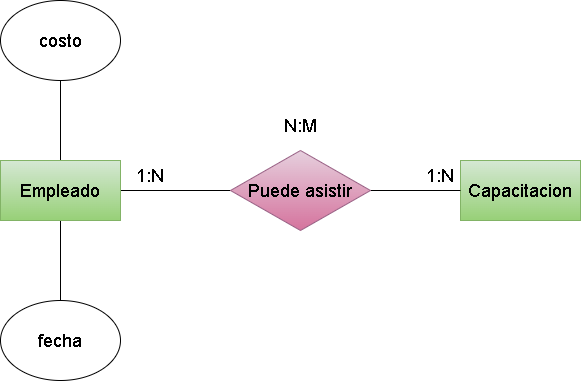
Before: (Unidad-2) (Tarea-3)/img/Ejercicio10.drawio.png, a diagram exported from draw.io (Darkoscurito/Base-de-datos). Source tidied: cells renumbered, new cells last; positions are measured from the earlier drawing's top-left corner, leaving out a move shared by most shapes. Its diagram source:
```xml
<mxGraphModel>
  <root>
    <mxCell id="0" />
    <mxCell id="1" parent="0" />
    <mxCell id="2" style="edgeStyle=none;html=1;entryX=0;entryY=0.5;entryDx=0;entryDy=0;endArrow=none;endFill=0;" parent="1" edge="1" source="5" target="8">
      <mxGeometry relative="1" as="geometry" />
    </mxCell>
    <mxCell id="3" style="edgeStyle=none;html=1;fontSize=18;endArrow=none;endFill=0;" parent="1" edge="1" source="5" target="12">
      <mxGeometry relative="1" as="geometry" />
    </mxCell>
    <mxCell id="4" style="edgeStyle=none;html=1;entryX=0.5;entryY=0;entryDx=0;entryDy=0;fontSize=18;endArrow=none;endFill=0;" parent="1" edge="1" source="5" target="13">
      <mxGeometry relative="1" as="geometry" />
    </mxCell>
    <mxCell id="5" value="&lt;font style=&quot;font-size: 18px;&quot;&gt;Empleado&lt;/font&gt;" style="rounded=0;whiteSpace=wrap;html=1;fillColor=#d5e8d4;gradientColor=#97d077;strokeColor=#82b366;" parent="1" vertex="1">
      <mxGeometry y="160" width="120" height="60" as="geometry" />
    </mxCell>
    <mxCell id="6" value="&lt;font style=&quot;font-size: 18px;&quot;&gt;Capacitacion&lt;/font&gt;" style="rounded=0;whiteSpace=wrap;html=1;fillColor=#d5e8d4;gradientColor=#97d077;strokeColor=#82b366;" parent="1" vertex="1">
      <mxGeometry x="460" y="160" width="120" height="60" as="geometry" />
    </mxCell>
    <mxCell id="7" style="edgeStyle=none;html=1;endArrow=none;endFill=0;" parent="1" edge="1" source="8" target="6">
      <mxGeometry relative="1" as="geometry" />
    </mxCell>
    <mxCell id="8" value="&lt;span style=&quot;font-size: 18px;&quot;&gt;Puede asistir&lt;/span&gt;" style="rhombus;whiteSpace=wrap;html=1;fillColor=#e6d0de;gradientColor=#d5739d;strokeColor=#996185;" parent="1" vertex="1">
      <mxGeometry x="230" y="150" width="140" height="80" as="geometry" />
    </mxCell>
    <mxCell id="9" value="1:N" style="text;html=1;strokeColor=none;fillColor=none;align=center;verticalAlign=middle;whiteSpace=wrap;rounded=0;fontSize=18;" parent="1" vertex="1">
      <mxGeometry x="120" y="160" width="60" height="30" as="geometry" />
    </mxCell>
    <mxCell id="10" value="1:N" style="text;html=1;strokeColor=none;fillColor=none;align=center;verticalAlign=middle;whiteSpace=wrap;rounded=0;fontSize=18;" parent="1" vertex="1">
      <mxGeometry x="410" y="160" width="60" height="30" as="geometry" />
    </mxCell>
    <mxCell id="11" value="N:M" style="text;html=1;strokeColor=none;fillColor=none;align=center;verticalAlign=middle;whiteSpace=wrap;rounded=0;fontSize=18;" parent="1" vertex="1">
      <mxGeometry x="270" y="110" width="60" height="30" as="geometry" />
    </mxCell>
    <mxCell id="12" value="&lt;font style=&quot;font-size: 18px;&quot;&gt;costo&lt;/font&gt;" style="ellipse;whiteSpace=wrap;html=1;" parent="1" vertex="1">
      <mxGeometry width="120" height="80" as="geometry" />
    </mxCell>
    <mxCell id="13" value="fecha" style="ellipse;whiteSpace=wrap;html=1;fontSize=18;" parent="1" vertex="1">
      <mxGeometry y="300" width="120" height="80" as="geometry" />
    </mxCell>
  </root>
</mxGraphModel>
```
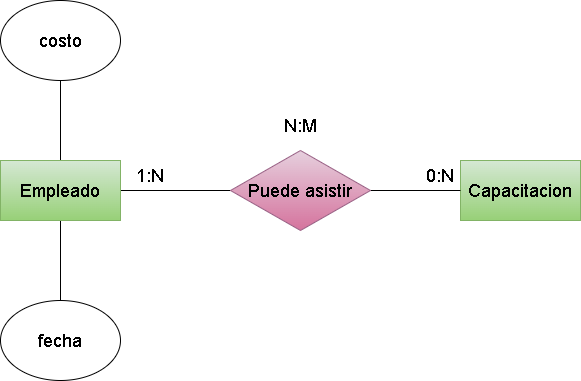
Later version of the same file.

The edit, as a diff of the source:
```diff
@@ -26,7 +26,7 @@
     <mxCell id="9" value="1:N" style="text;html=1;strokeColor=none;fillColor=none;align=center;verticalAlign=middle;whiteSpace=wrap;rounded=0;fontSize=18;" parent="1" vertex="1">
       <mxGeometry x="120" y="160" width="60" height="30" as="geometry" />
     </mxCell>
-    <mxCell id="10" value="1:N" style="text;html=1;strokeColor=none;fillColor=none;align=center;verticalAlign=middle;whiteSpace=wrap;rounded=0;fontSize=18;" parent="1" vertex="1">
+    <mxCell id="10" value="0:N" style="text;html=1;strokeColor=none;fillColor=none;align=center;verticalAlign=middle;whiteSpace=wrap;rounded=0;fontSize=18;" parent="1" vertex="1">
       <mxGeometry x="410" y="160" width="60" height="30" as="geometry" />
     </mxCell>
     <mxCell id="11" value="N:M" style="text;html=1;strokeColor=none;fillColor=none;align=center;verticalAlign=middle;whiteSpace=wrap;rounded=0;fontSize=18;" parent="1" vertex="1">
```
